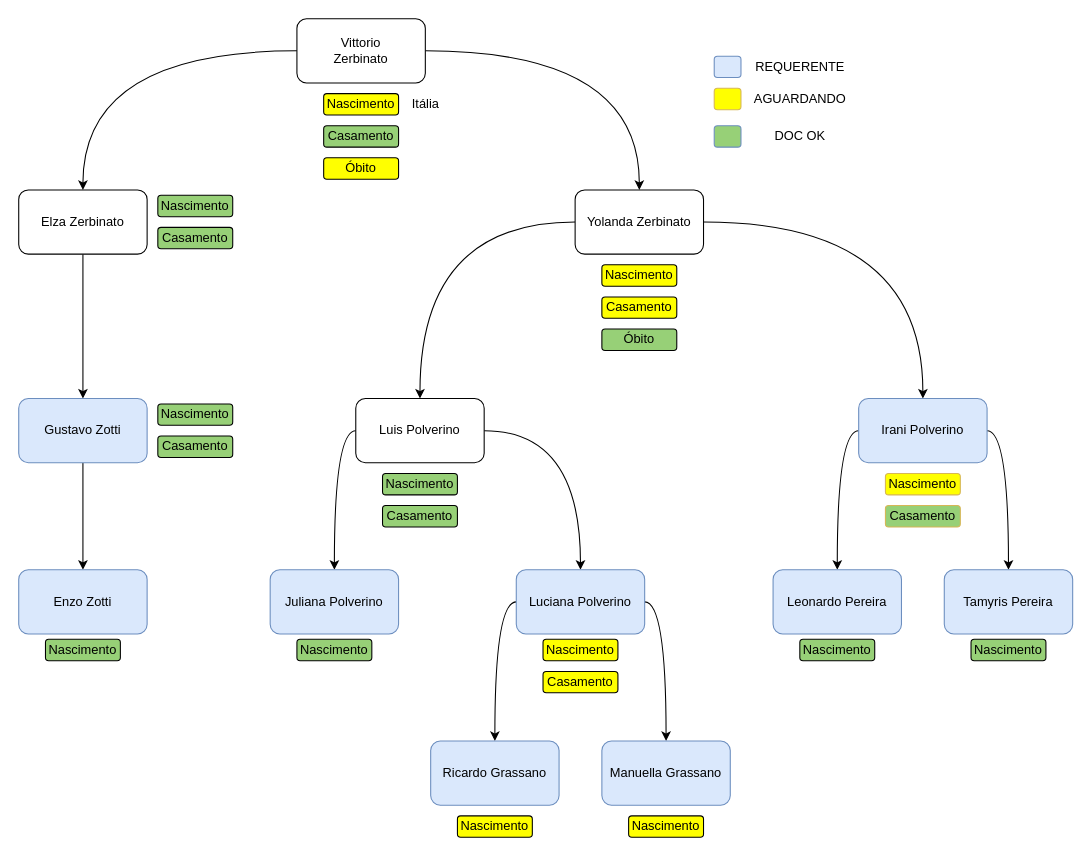
Earlier version of the draw.io diagram familia.drawio (leo-odilon/draw.io). Source tidied: cells renumbered, new cells numbered last; positions are measured from the earlier drawing's top-left corner, leaving out a move shared by most shapes. Both pictures are drawn from the tidied source at 107%, with x=0, y=0 at pixel (18, 18).
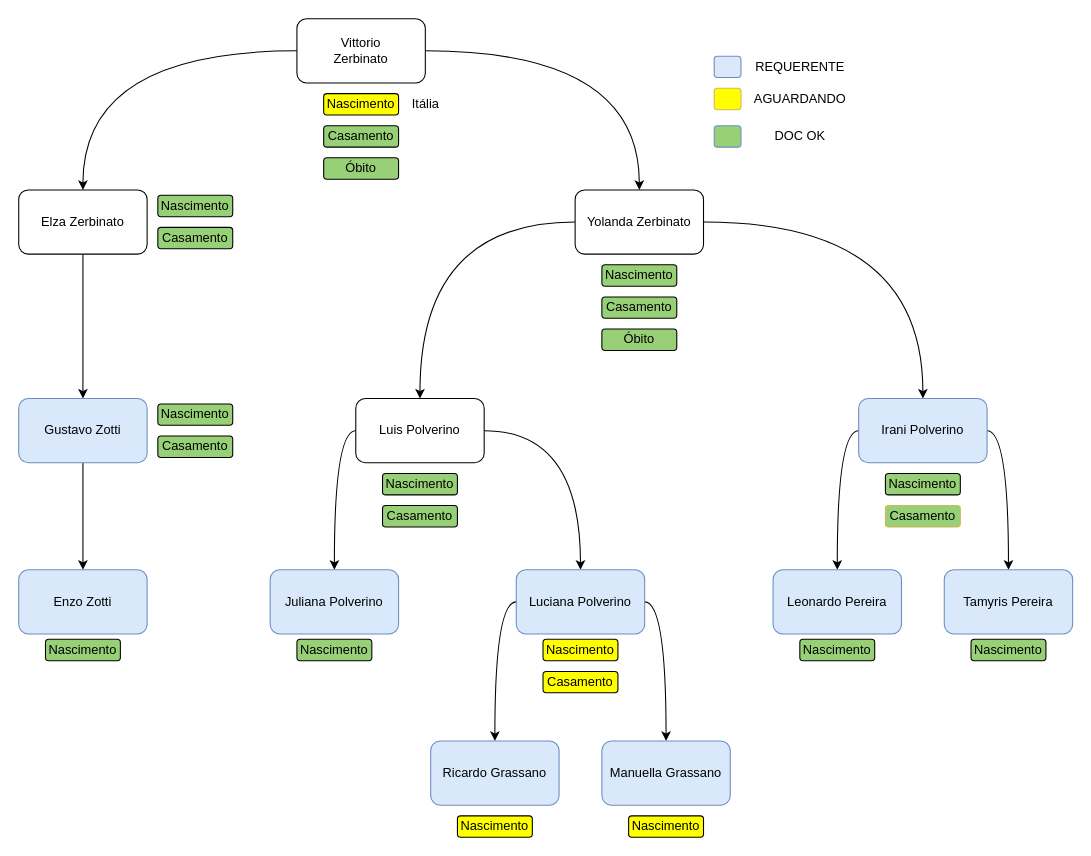
Above is the later version.

The edit, as a diff of the source:
```diff
@@
-    <mxCell id="29" value="Óbito" style="rounded=1;whiteSpace=wrap;html=1;fillColor=#FFFF00;" parent="1" vertex="1">
+    <mxCell id="29" value="Óbito" style="rounded=1;whiteSpace=wrap;html=1;fillColor=#97D077;strokeColor=default;align=center;verticalAlign=middle;fontFamily=Helvetica;fontSize=12;fontColor=default;" parent="1" vertex="1">
       <mxGeometry x="285" y="130" width="70" height="20" as="geometry" />
     </mxCell>
-    <mxCell id="30" value="Nascimento" style="rounded=1;whiteSpace=wrap;html=1;fillColor=#FFFF00;" parent="1" vertex="1">
+    <mxCell id="30" value="Nascimento" style="rounded=1;whiteSpace=wrap;html=1;fillColor=#97D077;strokeColor=default;align=center;verticalAlign=middle;fontFamily=Helvetica;fontSize=12;fontColor=default;" parent="1" vertex="1">
       <mxGeometry x="545" y="230" width="70" height="20" as="geometry" />
     </mxCell>
-    <mxCell id="31" value="Casamento" style="rounded=1;whiteSpace=wrap;html=1;fillColor=#FFFF00;" parent="1" vertex="1">
+    <mxCell id="31" value="Casamento" style="rounded=1;whiteSpace=wrap;html=1;fillColor=#97D077;strokeColor=default;align=center;verticalAlign=middle;fontFamily=Helvetica;fontSize=12;fontColor=default;" parent="1" vertex="1">
       <mxGeometry x="545" y="260" width="70" height="20" as="geometry" />
     </mxCell>
@@
-    <mxCell id="39" value="Nascimento" style="rounded=1;whiteSpace=wrap;html=1;fillColor=#FFFF00;strokeColor=#d6b656;" parent="1" vertex="1">
+    <mxCell id="39" value="Nascimento" style="rounded=1;whiteSpace=wrap;html=1;fillColor=#97D077;strokeColor=default;align=center;verticalAlign=middle;fontFamily=Helvetica;fontSize=12;fontColor=default;" parent="1" vertex="1">
       <mxGeometry x="810" y="425" width="70" height="20" as="geometry" />
     </mxCell>
```
